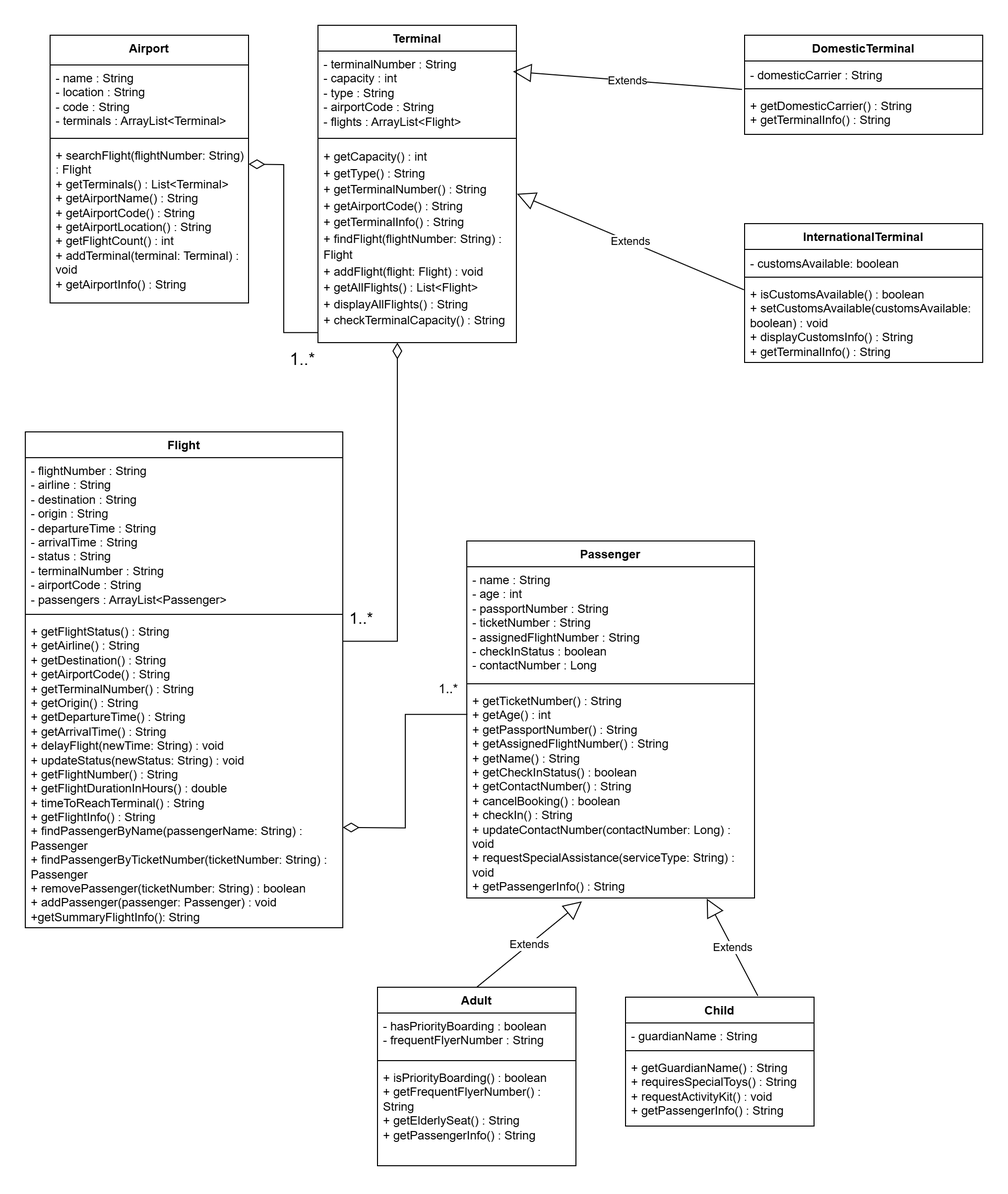
Earlier version of the draw.io export Airport.png (SACHSTech/2-14-oop-design-project-Walker21122008). Source tidied: cells renumbered, new cells last; positions are measured from the earlier drawing's top-left corner, leaving out a move shared by most shapes.
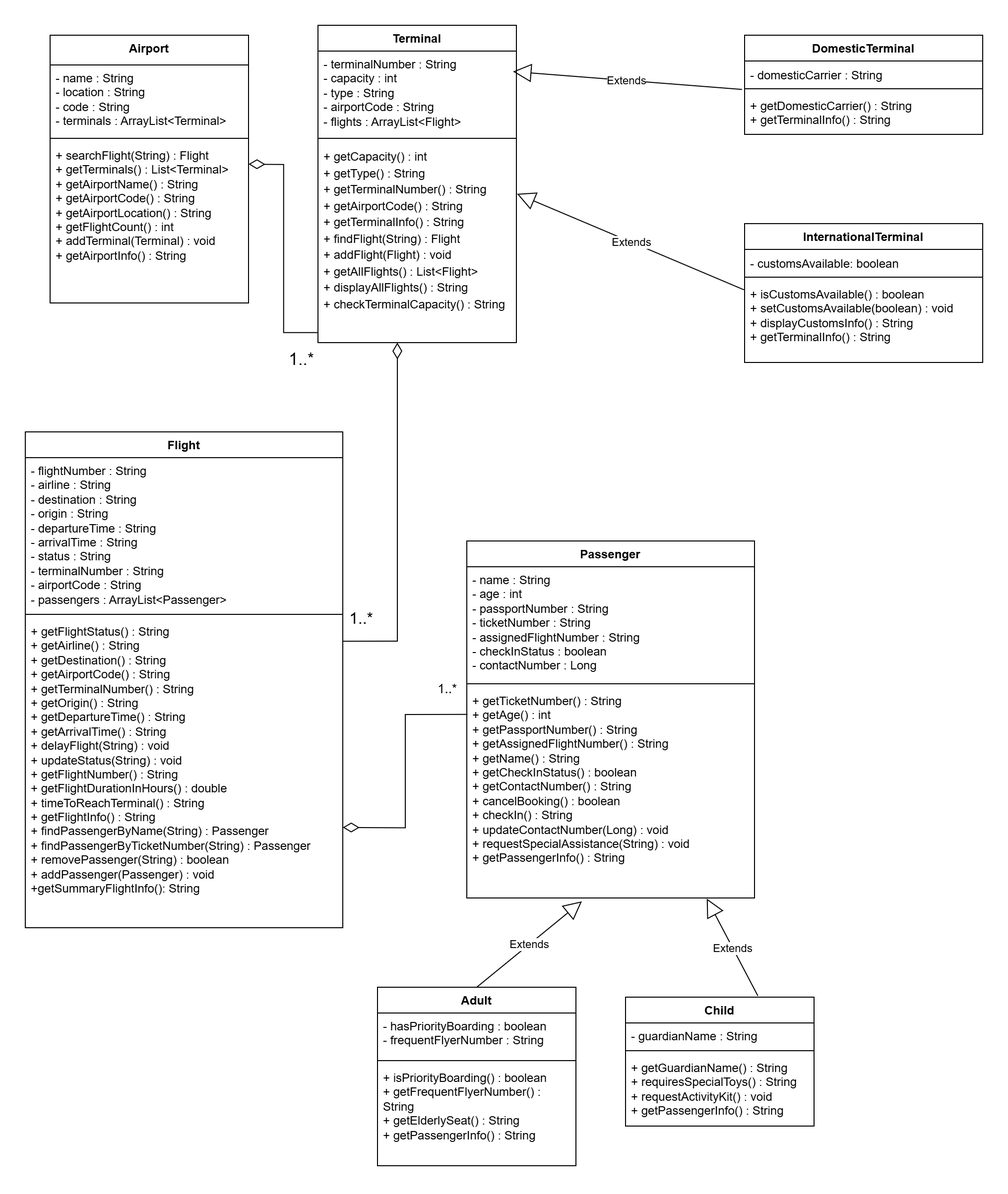
After the change.

What changed in the source:
```diff
@@ -11,7 +11,7 @@
     <mxCell id="4" style="line;strokeWidth=1;fillColor=none;align=left;verticalAlign=middle;spacingTop=-1;spacingLeft=3;spacingRight=3;labelPosition=right;strokeColor=inherit;" parent="2" vertex="1">
       <mxGeometry y="100" width="200" height="8" as="geometry" />
     </mxCell>
-    <mxCell id="5" value="&lt;div&gt;+ searchFlight(flightNumber: String) : Flight&lt;/div&gt;&lt;div&gt;+ getTerminals() : List&amp;lt;Terminal&amp;gt;&lt;/div&gt;&lt;div&gt;+ getAirportName() : String&lt;/div&gt;&lt;div&gt;+ getAirportCode() : String&lt;/div&gt;&lt;div&gt;+ getAirportLocation() : String&lt;/div&gt;&lt;div&gt;+ getFlightCount() : int&lt;/div&gt;&lt;div&gt;+ addTerminal(terminal: Terminal) : void&lt;/div&gt;&lt;div&gt;+ getAirportInfo() : String&lt;/div&gt;&lt;div&gt;&lt;br&gt;&lt;/div&gt;" style="text;strokeColor=none;fillColor=none;align=left;verticalAlign=top;spacingLeft=4;spacingRight=4;overflow=hidden;whiteSpace=wrap;html=1;" parent="2" vertex="1">
+    <mxCell id="5" value="&lt;div&gt;+ searchFlight(String) : Flight&lt;/div&gt;&lt;div&gt;+ getTerminals() : List&amp;lt;Terminal&amp;gt;&lt;/div&gt;&lt;div&gt;+ getAirportName() : String&lt;/div&gt;&lt;div&gt;+ getAirportCode() : String&lt;/div&gt;&lt;div&gt;+ getAirportLocation() : String&lt;/div&gt;&lt;div&gt;+ getFlightCount() : int&lt;/div&gt;&lt;div&gt;+ addTerminal(Terminal) : void&lt;/div&gt;&lt;div&gt;+ getAirportInfo() : String&lt;/div&gt;&lt;div&gt;&lt;br&gt;&lt;/div&gt;" style="text;strokeColor=none;fillColor=none;align=left;verticalAlign=top;spacingLeft=4;spacingRight=4;overflow=hidden;whiteSpace=wrap;html=1;" parent="2" vertex="1">
       <mxGeometry y="108" width="200" height="162" as="geometry" />
     </mxCell>
     <mxCell id="6" value="Terminal" style="swimlane;fontStyle=1;align=center;verticalAlign=top;horizontal=1;startSize=26;whiteSpace=wrap;html=1;" parent="1" vertex="1">
@@ -23,7 +23,7 @@
     <mxCell id="8" style="line;strokeWidth=1;fillColor=none;align=left;verticalAlign=middle;spacingTop=-1;spacingLeft=3;spacingRight=3;labelPosition=right;strokeColor=inherit;" parent="6" vertex="1">
       <mxGeometry y="110" width="200" height="8" as="geometry" />
     </mxCell>
-    <mxCell id="9" value="&lt;span id=&quot;docs-internal-guid-68b8a3c9-7fff-9f01-919f-39643ae15729&quot;&gt;&lt;p style=&quot;line-height:1.38;margin-top:0pt;margin-bottom:0pt;&quot; dir=&quot;ltr&quot;&gt;&lt;span style=&quot;background-color: transparent; color: light-dark(rgb(0, 0, 0), rgb(255, 255, 255));&quot;&gt;+ getCapacity() : int&lt;/span&gt;&lt;/p&gt;&lt;p style=&quot;line-height:1.38;margin-top:0pt;margin-bottom:0pt;&quot; dir=&quot;ltr&quot;&gt;+ getType() : String&lt;/p&gt;&lt;p style=&quot;line-height:1.38;margin-top:0pt;margin-bottom:0pt;&quot; dir=&quot;ltr&quot;&gt;+ getTerminalNumber() : String&lt;/p&gt;&lt;p style=&quot;line-height:1.38;margin-top:0pt;margin-bottom:0pt;&quot; dir=&quot;ltr&quot;&gt;+ getAirportCode() : String&lt;/p&gt;&lt;p style=&quot;line-height:1.38;margin-top:0pt;margin-bottom:0pt;&quot; dir=&quot;ltr&quot;&gt;+ getTerminalInfo() : String&lt;/p&gt;&lt;p style=&quot;line-height:1.38;margin-top:0pt;margin-bottom:0pt;&quot; dir=&quot;ltr&quot;&gt;+ findFlight(flightNumber: String) : Flight&lt;/p&gt;&lt;p style=&quot;line-height:1.38;margin-top:0pt;margin-bottom:0pt;&quot; dir=&quot;ltr&quot;&gt;+ addFlight(flight: Flight) : void&lt;/p&gt;&lt;p style=&quot;line-height:1.38;margin-top:0pt;margin-bottom:0pt;&quot; dir=&quot;ltr&quot;&gt;+ getAllFlights() : List&amp;lt;Flight&amp;gt;&lt;/p&gt;&lt;p style=&quot;line-height:1.38;margin-top:0pt;margin-bottom:0pt;&quot; dir=&quot;ltr&quot;&gt;+ displayAllFlights() : String&lt;/p&gt;&lt;p style=&quot;line-height:1.38;margin-top:0pt;margin-bottom:0pt;&quot; dir=&quot;ltr&quot;&gt;+ checkTerminalCapacity() : String&lt;/p&gt;&lt;div&gt;&lt;br&gt;&lt;/div&gt;&lt;/span&gt;" style="text;strokeColor=none;fillColor=none;align=left;verticalAlign=top;spacingLeft=4;spacingRight=4;overflow=hidden;points=[[0,0.5],[1,0.5]];portConstraint=eastwest;whiteSpace=wrap;html=1;" parent="6" vertex="1">
+    <mxCell id="9" value="&lt;span id=&quot;docs-internal-guid-68b8a3c9-7fff-9f01-919f-39643ae15729&quot;&gt;&lt;p style=&quot;line-height:1.38;margin-top:0pt;margin-bottom:0pt;&quot; dir=&quot;ltr&quot;&gt;&lt;span style=&quot;background-color: transparent; color: light-dark(rgb(0, 0, 0), rgb(255, 255, 255));&quot;&gt;+ getCapacity() : int&lt;/span&gt;&lt;/p&gt;&lt;p style=&quot;line-height:1.38;margin-top:0pt;margin-bottom:0pt;&quot; dir=&quot;ltr&quot;&gt;+ getType() : String&lt;/p&gt;&lt;p style=&quot;line-height:1.38;margin-top:0pt;margin-bottom:0pt;&quot; dir=&quot;ltr&quot;&gt;+ getTerminalNumber() : String&lt;/p&gt;&lt;p style=&quot;line-height:1.38;margin-top:0pt;margin-bottom:0pt;&quot; dir=&quot;ltr&quot;&gt;+ getAirportCode() : String&lt;/p&gt;&lt;p style=&quot;line-height:1.38;margin-top:0pt;margin-bottom:0pt;&quot; dir=&quot;ltr&quot;&gt;+ getTerminalInfo() : String&lt;/p&gt;&lt;p style=&quot;line-height:1.38;margin-top:0pt;margin-bottom:0pt;&quot; dir=&quot;ltr&quot;&gt;+ findFlight(String) : Flight&lt;/p&gt;&lt;p style=&quot;line-height:1.38;margin-top:0pt;margin-bottom:0pt;&quot; dir=&quot;ltr&quot;&gt;+ addFlight(Flight) : void&lt;/p&gt;&lt;p style=&quot;line-height:1.38;margin-top:0pt;margin-bottom:0pt;&quot; dir=&quot;ltr&quot;&gt;+ getAllFlights() : List&amp;lt;Flight&amp;gt;&lt;/p&gt;&lt;p style=&quot;line-height:1.38;margin-top:0pt;margin-bottom:0pt;&quot; dir=&quot;ltr&quot;&gt;+ displayAllFlights() : String&lt;/p&gt;&lt;p style=&quot;line-height:1.38;margin-top:0pt;margin-bottom:0pt;&quot; dir=&quot;ltr&quot;&gt;+ checkTerminalCapacity() : String&lt;/p&gt;&lt;div&gt;&lt;br&gt;&lt;/div&gt;&lt;/span&gt;" style="text;strokeColor=none;fillColor=none;align=left;verticalAlign=top;spacingLeft=4;spacingRight=4;overflow=hidden;points=[[0,0.5],[1,0.5]];portConstraint=eastwest;whiteSpace=wrap;html=1;" parent="6" vertex="1">
       <mxGeometry y="118" width="200" height="202" as="geometry" />
     </mxCell>
     <mxCell id="10" value="InternationalTerminal" style="swimlane;fontStyle=1;align=center;verticalAlign=top;horizontal=1;startSize=26;whiteSpace=wrap;html=1;" parent="1" vertex="1">
@@ -35,7 +35,7 @@
     <mxCell id="12" style="line;strokeWidth=1;fillColor=none;align=left;verticalAlign=middle;spacingTop=-1;spacingLeft=3;spacingRight=3;labelPosition=right;strokeColor=inherit;" parent="10" vertex="1">
       <mxGeometry y="50" width="240" height="8" as="geometry" />
     </mxCell>
-    <mxCell id="13" value="&lt;div&gt;&lt;font face=&quot;Arial, sans-serif&quot;&gt;&lt;span style=&quot;white-space-collapse: preserve;&quot;&gt;+ isCustomsAvailable() : boolean&lt;br/&gt;+ setCustomsAvailable(customsAvailable: boolean) : void&lt;br/&gt;+ displayCustomsInfo() : String&lt;br/&gt;+ getTerminalInfo() : String&lt;br/&gt;&lt;/span&gt;&lt;/font&gt;&lt;/div&gt;&lt;div&gt;&lt;br&gt;&lt;/div&gt;" style="text;strokeColor=none;fillColor=none;align=left;verticalAlign=top;spacingLeft=4;spacingRight=4;overflow=hidden;points=[[0,0.5],[1,0.5]];portConstraint=eastwest;whiteSpace=wrap;html=1;" parent="10" vertex="1">
+    <mxCell id="13" value="&lt;div&gt;&lt;font face=&quot;Arial, sans-serif&quot;&gt;&lt;span style=&quot;white-space-collapse: preserve;&quot;&gt;+ isCustomsAvailable() : boolean&lt;br&gt;+ setCustomsAvailable(boolean) : void&lt;br&gt;+ displayCustomsInfo() : String&lt;br&gt;+ getTerminalInfo() : String&lt;br&gt;&lt;/span&gt;&lt;/font&gt;&lt;/div&gt;&lt;div&gt;&lt;br&gt;&lt;/div&gt;" style="text;strokeColor=none;fillColor=none;align=left;verticalAlign=top;spacingLeft=4;spacingRight=4;overflow=hidden;points=[[0,0.5],[1,0.5]];portConstraint=eastwest;whiteSpace=wrap;html=1;" parent="10" vertex="1">
       <mxGeometry y="58" width="240" height="82" as="geometry" />
     </mxCell>
     <mxCell id="14" value="DomesticTerminal" style="swimlane;fontStyle=1;align=center;verticalAlign=top;horizontal=1;startSize=26;whiteSpace=wrap;html=1;" parent="1" vertex="1">
@@ -59,7 +59,7 @@
     <mxCell id="20" style="line;strokeWidth=1;fillColor=none;align=left;verticalAlign=middle;spacingTop=-1;spacingLeft=3;spacingRight=3;labelPosition=right;strokeColor=inherit;" parent="18" vertex="1">
       <mxGeometry y="180" width="320" height="8" as="geometry" />
     </mxCell>
-    <mxCell id="21" value="&lt;div&gt;&lt;div&gt;&lt;div&gt;+ getFlightStatus() : String&lt;/div&gt;&lt;div&gt;+ getAirline() : String&lt;/div&gt;&lt;div&gt;+ getDestination() : String&lt;/div&gt;&lt;div&gt;+ getAirportCode() : String&lt;/div&gt;&lt;div&gt;+ getTerminalNumber() : String&lt;/div&gt;&lt;div&gt;+ getOrigin() : String&lt;/div&gt;&lt;div&gt;+ getDepartureTime() : String&lt;/div&gt;&lt;div&gt;+ getArrivalTime() : String&lt;/div&gt;&lt;div&gt;+ delayFlight(newTime: String) : void&lt;/div&gt;&lt;div&gt;+ updateStatus(newStatus: String) : void&lt;/div&gt;&lt;div&gt;+ getFlightNumber() : String&lt;/div&gt;&lt;div&gt;+ getFlightDurationInHours() : double&lt;/div&gt;&lt;div&gt;+ timeToReachTerminal() : String&lt;/div&gt;&lt;div&gt;+ getFlightInfo() : String&lt;/div&gt;&lt;div&gt;+ findPassengerByName(passengerName: String) : Passenger&lt;/div&gt;&lt;div&gt;+ findPassengerByTicketNumber(ticketNumber: String) : Passenger&lt;/div&gt;&lt;div&gt;+ removePassenger(ticketNumber: String) : boolean&lt;/div&gt;&lt;div&gt;+ addPassenger(passenger: Passenger) : void&lt;/div&gt;&lt;/div&gt;&lt;/div&gt;&lt;div&gt;+getSummaryFlightInfo(): String&lt;/div&gt;&lt;div&gt;&lt;br&gt;&lt;/div&gt;" style="text;strokeColor=none;fillColor=none;align=left;verticalAlign=top;spacingLeft=4;spacingRight=4;overflow=hidden;points=[[0,0.5],[1,0.5]];portConstraint=eastwest;whiteSpace=wrap;html=1;" parent="18" vertex="1">
+    <mxCell id="21" value="&lt;div&gt;&lt;div&gt;&lt;div&gt;+ getFlightStatus() : String&lt;/div&gt;&lt;div&gt;+ getAirline() : String&lt;/div&gt;&lt;div&gt;+ getDestination() : String&lt;/div&gt;&lt;div&gt;+ getAirportCode() : String&lt;/div&gt;&lt;div&gt;+ getTerminalNumber() : String&lt;/div&gt;&lt;div&gt;+ getOrigin() : String&lt;/div&gt;&lt;div&gt;+ getDepartureTime() : String&lt;/div&gt;&lt;div&gt;+ getArrivalTime() : String&lt;/div&gt;&lt;div&gt;+ delayFlight(String) : void&lt;/div&gt;&lt;div&gt;+ updateStatus(String) : void&lt;/div&gt;&lt;div&gt;+ getFlightNumber() : String&lt;/div&gt;&lt;div&gt;+ getFlightDurationInHours() : double&lt;/div&gt;&lt;div&gt;+ timeToReachTerminal() : String&lt;/div&gt;&lt;div&gt;+ getFlightInfo() : String&lt;/div&gt;&lt;div&gt;+ findPassengerByName(String) : Passenger&lt;/div&gt;&lt;div&gt;+ findPassengerByTicketNumber(String) : Passenger&lt;/div&gt;&lt;div&gt;+ removePassenger(String) : boolean&lt;/div&gt;&lt;div&gt;+ addPassenger(Passenger) : void&lt;/div&gt;&lt;/div&gt;&lt;/div&gt;&lt;div&gt;+getSummaryFlightInfo(): String&lt;/div&gt;&lt;div&gt;&lt;br&gt;&lt;/div&gt;" style="text;strokeColor=none;fillColor=none;align=left;verticalAlign=top;spacingLeft=4;spacingRight=4;overflow=hidden;points=[[0,0.5],[1,0.5]];portConstraint=eastwest;whiteSpace=wrap;html=1;" parent="18" vertex="1">
       <mxGeometry y="188" width="320" height="312" as="geometry" />
     </mxCell>
     <mxCell id="22" value="Passenger" style="swimlane;fontStyle=1;align=center;verticalAlign=top;horizontal=1;startSize=26;whiteSpace=wrap;html=1;" parent="1" vertex="1">
@@ -71,7 +71,7 @@
     <mxCell id="24" style="line;strokeWidth=1;fillColor=none;align=left;verticalAlign=middle;spacingTop=-1;spacingLeft=3;spacingRight=3;labelPosition=right;strokeColor=inherit;" parent="22" vertex="1">
       <mxGeometry y="140" width="290" height="8" as="geometry" />
     </mxCell>
-    <mxCell id="25" value="&lt;div&gt;&lt;div&gt;+ getTicketNumber() : String&lt;/div&gt;&lt;div&gt;+ getAge() : int&lt;/div&gt;&lt;div&gt;+ getPassportNumber() : String&lt;/div&gt;&lt;div&gt;+ getAssignedFlightNumber() : String&lt;/div&gt;&lt;div&gt;+ getName() : String&lt;/div&gt;&lt;div&gt;+ getCheckInStatus() : boolean&lt;/div&gt;&lt;div&gt;+ getContactNumber() : String&lt;/div&gt;&lt;div&gt;+ cancelBooking() : boolean&lt;/div&gt;&lt;div&gt;+ checkIn() : String&lt;/div&gt;&lt;div&gt;+ updateContactNumber(contactNumber: Long) : void&lt;/div&gt;&lt;div&gt;+ requestSpecialAssistance(serviceType: String) : void&lt;/div&gt;&lt;div&gt;+ getPassengerInfo() : String&lt;/div&gt;&lt;/div&gt;&lt;div&gt;&lt;br&gt;&lt;/div&gt;" style="text;strokeColor=none;fillColor=none;align=left;verticalAlign=top;spacingLeft=4;spacingRight=4;overflow=hidden;points=[[0,0.5],[1,0.5]];portConstraint=eastwest;whiteSpace=wrap;html=1;" parent="22" vertex="1">
+    <mxCell id="25" value="&lt;div&gt;&lt;div&gt;+ getTicketNumber() : String&lt;/div&gt;&lt;div&gt;+ getAge() : int&lt;/div&gt;&lt;div&gt;+ getPassportNumber() : String&lt;/div&gt;&lt;div&gt;+ getAssignedFlightNumber() : String&lt;/div&gt;&lt;div&gt;+ getName() : String&lt;/div&gt;&lt;div&gt;+ getCheckInStatus() : boolean&lt;/div&gt;&lt;div&gt;+ getContactNumber() : String&lt;/div&gt;&lt;div&gt;+ cancelBooking() : boolean&lt;/div&gt;&lt;div&gt;+ checkIn() : String&lt;/div&gt;&lt;div&gt;+ updateContactNumber(Long) : void&lt;/div&gt;&lt;div&gt;+ requestSpecialAssistance(String) : void&lt;/div&gt;&lt;div&gt;+ getPassengerInfo() : String&lt;/div&gt;&lt;/div&gt;&lt;div&gt;&lt;br&gt;&lt;/div&gt;" style="text;strokeColor=none;fillColor=none;align=left;verticalAlign=top;spacingLeft=4;spacingRight=4;overflow=hidden;points=[[0,0.5],[1,0.5]];portConstraint=eastwest;whiteSpace=wrap;html=1;" parent="22" vertex="1">
       <mxGeometry y="148" width="290" height="212" as="geometry" />
     </mxCell>
     <mxCell id="26" value="Adult" style="swimlane;fontStyle=1;align=center;verticalAlign=top;horizontal=1;startSize=26;whiteSpace=wrap;html=1;" parent="1" vertex="1">
```
